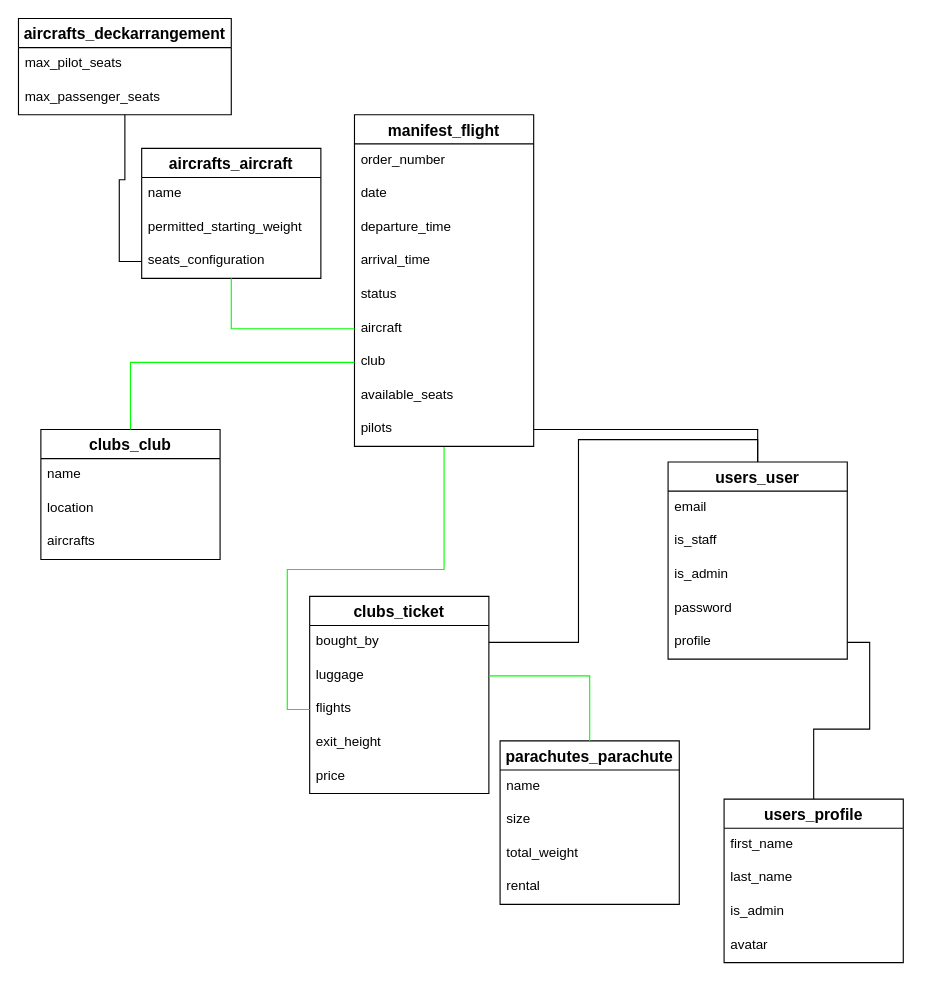
This is Parachute zone management.drawio from edyp/jump-2, a draw.io file, before an edit. Source tidied: cells renumbered, new cells numbered last; positions are measured from the earlier drawing's top-left corner, leaving out a move shared by most shapes. Both pictures are drawn from the tidied source at 112%, with x=0, y=0 at pixel (18, 18).
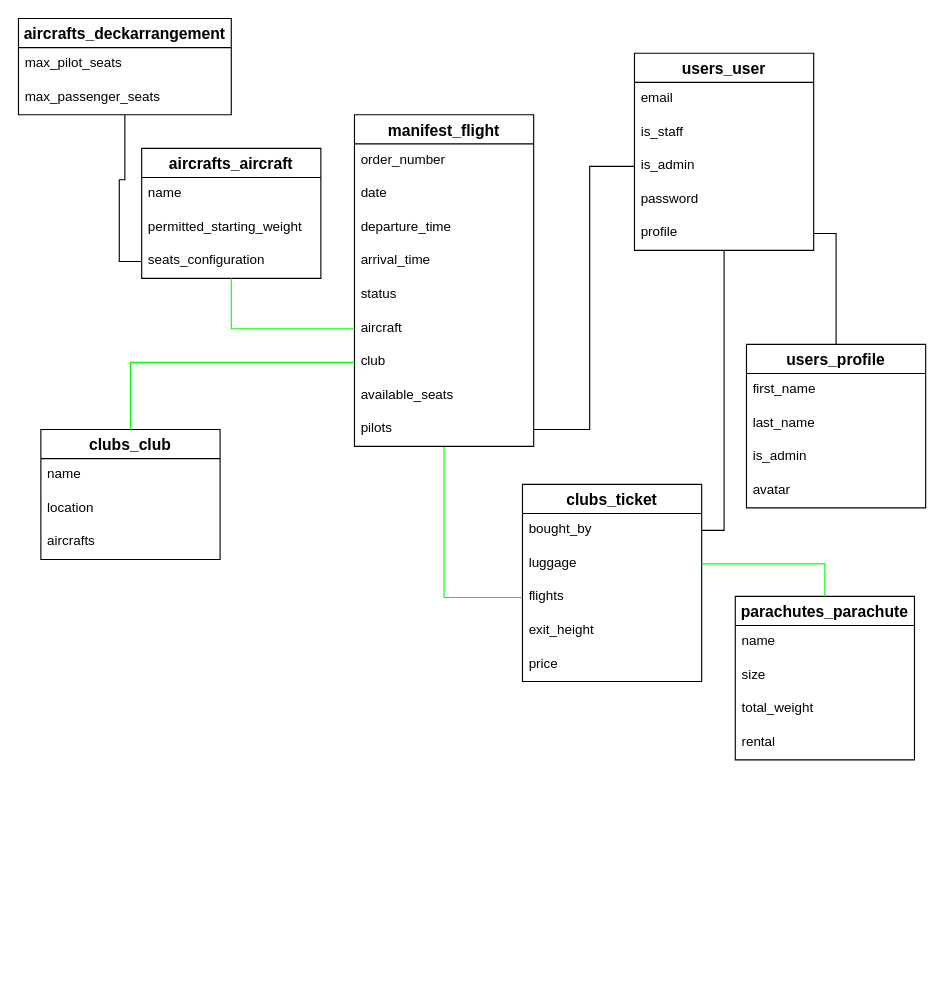
Above is the later version.

Commit message:
Update Parachute zone management - models.drawio

Unchanged cells that the change refers to:
```xml
<mxCell id="7" value="bought_by" style="text;strokeColor=none;fillColor=none;spacingLeft=4;spacingRight=4;overflow=hidden;points=[[0,0.5],[1,0.5]];portConstraint=eastwest;fontSize=12;" parent="6" vertex="1">
  <mxGeometry y="26" width="160" height="30" as="geometry" />
</mxCell>
<mxCell id="22" value="pilots" style="text;strokeColor=none;fillColor=none;spacingLeft=4;spacingRight=4;overflow=hidden;points=[[0,0.5],[1,0.5]];portConstraint=eastwest;fontSize=12;" parent="13" vertex="1">
  <mxGeometry y="266" width="160" height="30" as="geometry" />
</mxCell>
<mxCell id="39" value="is_admin" style="text;spacingLeft=4;spacingRight=4;overflow=hidden;points=[[0,0.5],[1,0.5]];portConstraint=eastwest;fontSize=12;" parent="36" vertex="1">
  <mxGeometry y="86" width="160" height="30" as="geometry" />
</mxCell>
```

What changed in the source:
```diff
@@
     <mxCell id="6" value="clubs_ticket" style="swimlane;fontStyle=1;horizontal=1;startSize=26;align=center;fontSize=14;" parent="1" vertex="1">
-      <mxGeometry x="260" y="516" width="160" height="176" as="geometry" />
+      <mxGeometry x="450" y="416" width="160" height="176" as="geometry" />
     </mxCell>
@@
     <mxCell id="30" value="parachutes_parachute" style="swimlane;fontStyle=1;horizontal=1;startSize=26;align=center;fontSize=14;" parent="1" vertex="1">
-      <mxGeometry x="430" y="645" width="160" height="146" as="geometry" />
+      <mxGeometry x="640" y="516" width="160" height="146" as="geometry" />
     </mxCell>
@@
-    <mxCell id="35" style="edgeStyle=orthogonalEdgeStyle;rounded=0;jettySize=auto;html=1;endArrow=none;endFill=0;exitX=0.5;exitY=0;exitDx=0;exitDy=0;" parent="1" edge="1" source="36" target="7">
-      <mxGeometry relative="1" as="geometry" />
-    </mxCell>
     <mxCell id="36" value="users_user" style="swimlane;fontStyle=1;horizontal=1;startSize=26;align=center;fontSize=14;" parent="1" vertex="1">
-      <mxGeometry x="580" y="396" width="160" height="176" as="geometry" />
+      <mxGeometry x="550" y="31" width="160" height="176" as="geometry" />
     </mxCell>
@@
     <mxCell id="42" value="users_profile" style="swimlane;fontStyle=1;horizontal=1;startSize=26;align=center;fontSize=14;" parent="1" vertex="1">
-      <mxGeometry x="630" y="697" width="160" height="146" as="geometry" />
+      <mxGeometry x="650" y="291" width="160" height="146" as="geometry" />
     </mxCell>
@@
-    <mxCell id="47" style="edgeStyle=orthogonalEdgeStyle;rounded=0;jettySize=auto;html=1;exitX=1;exitY=0.5;exitDx=0;exitDy=0;endArrow=none;endFill=0;" parent="1" edge="1" source="22" target="36">
-      <mxGeometry relative="1" as="geometry" />
+    <mxCell id="47" style="edgeStyle=orthogonalEdgeStyle;rounded=0;jettySize=auto;html=1;exitX=1;exitY=0.5;exitDx=0;exitDy=0;endArrow=none;endFill=0;entryX=0;entryY=0.5;entryDx=0;entryDy=0;" parent="1" edge="1" source="22" target="39">
+      <mxGeometry relative="1" as="geometry">
+        <Array as="points">
+          <mxPoint x="510" y="367" />
+          <mxPoint x="510" y="132" />
+        </Array>
+      </mxGeometry>
     </mxCell>
@@
+    <mxCell id="53" style="edgeStyle=orthogonalEdgeStyle;rounded=0;jettySize=auto;html=1;exitX=1;exitY=0.5;exitDx=0;exitDy=0;entryX=0.5;entryY=1;entryDx=0;entryDy=0;endArrow=none;endFill=0;" parent="1" edge="1" source="7" target="36">
+      <mxGeometry relative="1" as="geometry" />
+    </mxCell>
```
